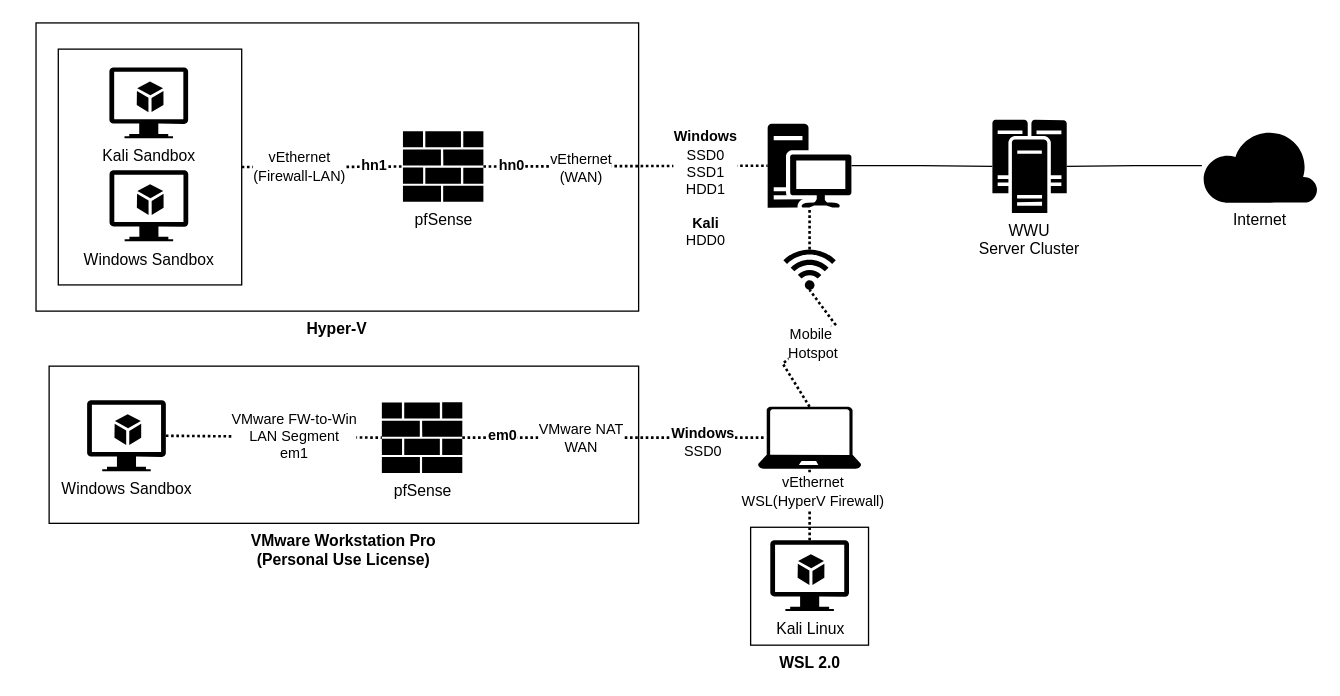
Before: Home-Lab.drawio in nicklausmayer/HomeLab, a draw.io diagram. Source tidied: cells renumbered, new cells numbered last; positions are measured from the earlier drawing's top-left corner, leaving out a move shared by most shapes. Both pictures are drawn from the tidied source at 131%, with x=0, y=0 at pixel (35, 22).
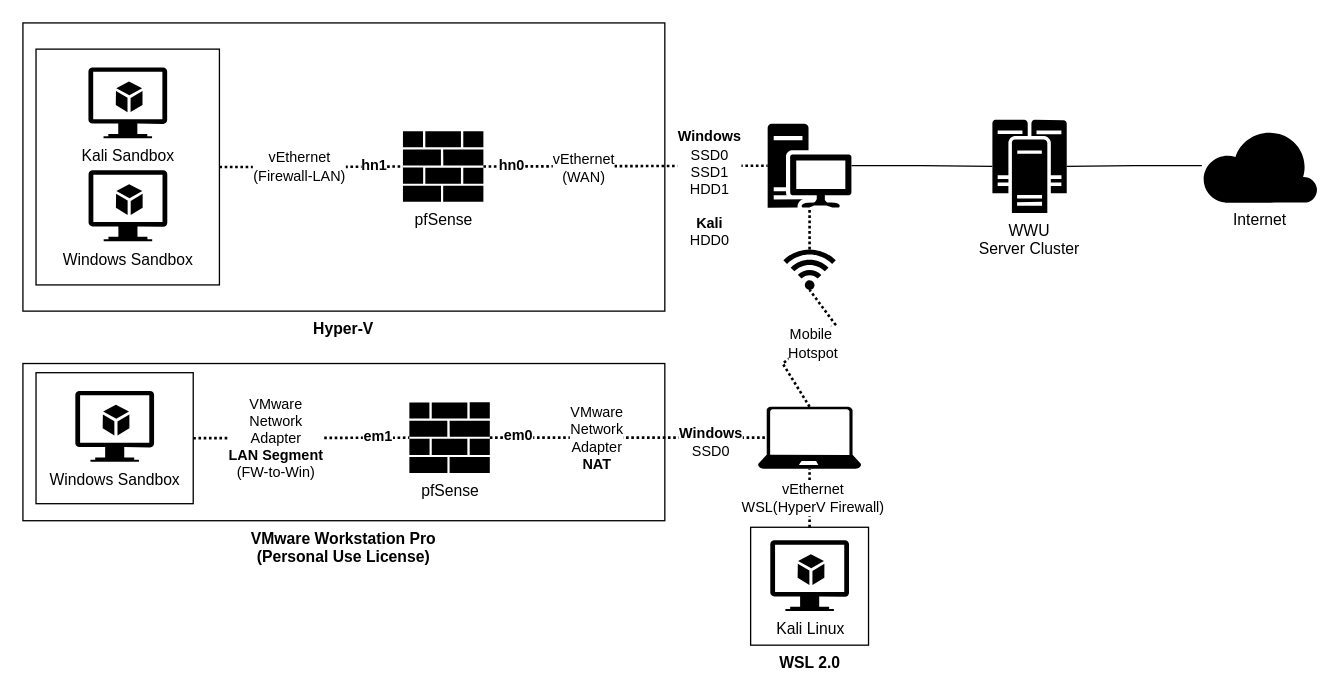
The same page after the edit.

The change refers to these unchanged cells:
```xml
<mxCell id="5" style="sketch=0;shadow=0;dashed=0;html=1;strokeColor=none;labelPosition=center;verticalLabelPosition=bottom;verticalAlign=top;align=center;fillColor=light-dark(#000000, #bfd3ff);shape=mxgraph.azure.laptop;" parent="1" vertex="1">
  <mxGeometry x="551.1" y="293" width="78.8" height="47.3" as="geometry" />
</mxCell>
<mxCell id="7" style="endArrow=none;dashed=1;html=1;strokeWidth=2;rounded=0;entryX=0.08;entryY=0.5;entryDx=0;entryDy=0;entryPerimeter=0;dashPattern=1 1;exitX=1;exitY=0.5;exitDx=0;exitDy=0;exitPerimeter=0;" parent="1" edge="1" source="6">
  <mxGeometry relative="1" as="geometry">
    <mxPoint x="557.4" y="316.6" as="targetPoint" />
  </mxGeometry>
</mxCell>
<mxCell id="13" value="Kali Linux" style="sketch=0;shadow=0;dashed=0;html=1;strokeColor=none;labelPosition=center;verticalLabelPosition=bottom;verticalAlign=top;align=center;fillColor=#000000;shape=mxgraph.azure.virtual_machine_feature;" parent="1" vertex="1">
  <mxGeometry x="560.5" y="395" width="60.1" height="54" as="geometry" />
</mxCell>
<mxCell id="16" value="WSL 2.0" style="whiteSpace=wrap;html=1;fillColor=none;labelPosition=center;verticalLabelPosition=bottom;align=center;verticalAlign=top;fontStyle=1;" parent="1" vertex="1">
  <mxGeometry x="545.5" y="385" width="90" height="90" as="geometry" />
</mxCell>
<mxCell id="23" style="endArrow=none;dashed=1;html=1;strokeWidth=2;rounded=0;entryX=0;entryY=0.5;entryDx=0;entryDy=0;entryPerimeter=0;dashPattern=1 1;exitX=1;exitY=0.5;exitDx=0;exitDy=0;exitPerimeter=0;" parent="1" edge="1" source="22" target="11">
  <mxGeometry relative="1" as="geometry" />
</mxCell>
<mxCell id="30" style="edgeStyle=orthogonalEdgeStyle;rounded=0;jettySize=auto;html=1;entryX=0;entryY=0.5;entryDx=0;entryDy=0;entryPerimeter=0;dashed=1;dashPattern=1 1;strokeWidth=2;endArrow=none;startFill=0;" parent="1" edge="1" source="29" target="22">
  <mxGeometry relative="1" as="geometry" />
</mxCell>
```

Diff of the diagram source:
```diff
@@
+    <mxCell id="21" value="&lt;div&gt;VMware Workstation Pro&lt;/div&gt;&lt;div&gt;(Personal Use License)&lt;/div&gt;" style="rounded=0;whiteSpace=wrap;html=1;fillColor=none;labelPosition=center;verticalLabelPosition=bottom;align=center;verticalAlign=top;fontStyle=1;" parent="1" vertex="1">
+      <mxGeometry x="-10" y="260" width="490" height="120" as="geometry" />
+    </mxCell>
     <mxCell id="2" value="Hyper-V" style="rounded=0;whiteSpace=wrap;fillColor=none;labelPosition=center;verticalLabelPosition=bottom;align=center;verticalAlign=top;fontStyle=1;html=1;" parent="1" vertex="1">
-      <mxGeometry width="460" height="220" as="geometry" />
+      <mxGeometry x="-10" width="490" height="220" as="geometry" />
     </mxCell>
-    <mxCell id="3" style="endArrow=none;dashed=1;html=1;strokeWidth=2;rounded=0;entryX=0;entryY=0.5;entryDx=0;entryDy=0;entryPerimeter=0;dashPattern=1 1;exitX=1;exitY=0.5;exitDx=0;exitDy=0;exitPerimeter=0;" parent="1" edge="1" source="12" target="6">
+    <mxCell id="3" style="endArrow=none;dashed=1;html=1;strokeWidth=2;rounded=0;entryX=0;entryY=0.5;entryDx=0;entryDy=0;entryPerimeter=0;dashPattern=1 1;exitX=1;exitY=0.5;exitDx=0;exitDy=0;" parent="1" edge="1" source="38" target="6">
       <mxGeometry relative="1" as="geometry" />
     </mxCell>
-    <mxCell id="4" value="&lt;div&gt;VMware FW-to-Win&lt;/div&gt;&lt;div&gt;LAN Segment&lt;br&gt;em1&lt;/div&gt;" style="edgeLabel;html=1;align=center;verticalAlign=middle;" parent="3" vertex="1">
+    <mxCell id="4" value="VMware&lt;br&gt;Network&lt;br&gt;Adapter&lt;br&gt;&lt;b&gt;LAN Segment&lt;/b&gt;&lt;br&gt;(FW-to-Win)" style="edgeLabel;html=1;align=center;verticalAlign=middle;" parent="3" vertex="1">
       <mxGeometry x="-0.15" relative="1" as="geometry">
-        <mxPoint x="27" as="offset" />
+        <mxPoint x="-7" as="offset" />
       </mxGeometry>
     </mxCell>
+    <mxCell id="37" value="em1" style="edgeLabel;html=1;align=center;verticalAlign=middle;fontStyle=1;" parent="3" vertex="1">
+      <mxGeometry x="0.7" y="1" relative="1" as="geometry">
+        <mxPoint x="1" as="offset" />
+      </mxGeometry>
+    </mxCell>
@@
     <mxCell id="6" value="pfSense" style="sketch=0;shadow=0;dashed=0;html=1;strokeColor=none;labelPosition=center;verticalLabelPosition=bottom;verticalAlign=top;align=center;fillColor=#000000;shape=mxgraph.mscae.enterprise.firewall;" parent="1" vertex="1">
-      <mxGeometry x="264" y="289.6" width="61.4" height="54" as="geometry" />
+      <mxGeometry x="285" y="289.6" width="61.4" height="54" as="geometry" />
     </mxCell>
@@
-    <mxCell id="8" value="&lt;div&gt;VMware NAT&lt;/div&gt;&lt;div&gt;WAN&lt;/div&gt;" style="edgeLabel;html=1;align=center;verticalAlign=middle;" parent="7" vertex="1">
+    <mxCell id="8" value="VMware&lt;br&gt;Network&lt;br&gt;Adapter&lt;br&gt;&lt;b&gt;NAT&lt;/b&gt;" style="edgeLabel;html=1;align=center;verticalAlign=middle;" parent="7" vertex="1">
       <mxGeometry x="0.15" y="1" relative="1" as="geometry">
-        <mxPoint x="-43" y="1" as="offset" />
+        <mxPoint x="-40" y="1" as="offset" />
       </mxGeometry>
     </mxCell>
@@
     <mxCell id="10" value="em0" style="edgeLabel;html=1;align=center;verticalAlign=middle;fontStyle=1;" parent="7" vertex="1">
-      <mxGeometry x="-0.74" y="2" relative="1" as="geometry" />
+      <mxGeometry x="-0.74" y="2" relative="1" as="geometry">
+        <mxPoint x="-6" as="offset" />
+      </mxGeometry>
     </mxCell>
@@
     <mxCell id="12" value="Windows Sandbox" style="sketch=0;shadow=0;dashed=0;html=1;strokeColor=none;labelPosition=center;verticalLabelPosition=bottom;verticalAlign=top;align=center;fillColor=light-dark(#000000, #bfd3ff);shape=mxgraph.azure.virtual_machine_feature;" parent="1" vertex="1">
-      <mxGeometry x="39" y="288.1" width="60.1" height="54.1" as="geometry" />
+      <mxGeometry x="30" y="280.9" width="60.1" height="54.1" as="geometry" />
     </mxCell>
@@
-    <mxCell id="14" style="endArrow=none;dashed=1;html=1;strokeWidth=2;rounded=0;entryX=0.5;entryY=1;entryDx=0;entryDy=0;entryPerimeter=0;dashPattern=1 1;exitX=0.5;exitY=0;exitDx=0;exitDy=0;exitPerimeter=0;" parent="1" edge="1" source="13" target="5">
+    <mxCell id="14" style="endArrow=none;dashed=1;html=1;strokeWidth=2;rounded=0;entryX=0.5;entryY=1;entryDx=0;entryDy=0;entryPerimeter=0;dashPattern=1 1;exitX=0.5;exitY=0;exitDx=0;exitDy=0;" parent="1" edge="1" source="16" target="5">
       <mxGeometry relative="1" as="geometry" />
     </mxCell>
     <mxCell id="15" value="&lt;div&gt;vEthernet&lt;/div&gt;&lt;div&gt;WSL(HyperV Firewall)&lt;/div&gt;" style="edgeLabel;html=1;align=center;verticalAlign=middle;" parent="14" vertex="1">
-      <mxGeometry x="0.36" y="-2" relative="1" as="geometry" />
+      <mxGeometry x="0.36" y="-2" relative="1" as="geometry">
+        <mxPoint y="7" as="offset" />
+      </mxGeometry>
     </mxCell>
@@
-    <mxCell id="21" value="&lt;div&gt;VMware Workstation Pro&lt;/div&gt;&lt;div&gt;(Personal Use License)&lt;/div&gt;" style="rounded=0;whiteSpace=wrap;html=1;fillColor=none;labelPosition=center;verticalLabelPosition=bottom;align=center;verticalAlign=top;fontStyle=1;" parent="1" vertex="1">
-      <mxGeometry x="10" y="262" width="450" height="120" as="geometry" />
-    </mxCell>
@@
     <mxCell id="24" value="&lt;div&gt;vEthernet&lt;/div&gt;&lt;div&gt;(WAN)&lt;/div&gt;" style="edgeLabel;html=1;align=center;verticalAlign=middle;" parent="23" vertex="1">
       <mxGeometry x="0.15" y="1" relative="1" as="geometry">
-        <mxPoint x="-51" y="2" as="offset" />
+        <mxPoint x="-49" y="2" as="offset" />
       </mxGeometry>
     </mxCell>
     <mxCell id="25" value="&lt;div&gt;&lt;b&gt;Windows&lt;/b&gt;&lt;/div&gt;&lt;div&gt;SSD0&lt;br&gt;SSD1&lt;br&gt;HDD1&lt;br&gt;&lt;br&gt;&lt;b&gt;Kali&lt;br&gt;&lt;/b&gt;HDD0&lt;/div&gt;" style="edgeLabel;html=1;align=center;verticalAlign=middle;" parent="23" vertex="1">
       <mxGeometry x="0.37" relative="1" as="geometry">
-        <mxPoint x="20" y="17" as="offset" />
+        <mxPoint x="23" y="17" as="offset" />
       </mxGeometry>
     </mxCell>
     <mxCell id="26" value="Windows Sandbox" style="sketch=0;shadow=0;dashed=0;html=1;strokeColor=none;labelPosition=center;verticalLabelPosition=bottom;verticalAlign=top;align=center;fillColor=light-dark(#000000, #bfd3ff);shape=mxgraph.azure.virtual_machine_feature;" parent="1" vertex="1">
-      <mxGeometry x="56.1" y="112.5" width="60.1" height="54.1" as="geometry" />
+      <mxGeometry x="40.1" y="112.5" width="60.1" height="54.1" as="geometry" />
     </mxCell>
     <mxCell id="27" value="Kali Sandbox" style="sketch=0;shadow=0;dashed=0;html=1;strokeColor=none;labelPosition=center;verticalLabelPosition=bottom;verticalAlign=top;align=center;fillColor=light-dark(#000000, #bfd3ff);shape=mxgraph.azure.virtual_machine_feature;" parent="1" vertex="1">
-      <mxGeometry x="56" y="34" width="60.1" height="54.1" as="geometry" />
+      <mxGeometry x="40" y="34" width="60.1" height="54.1" as="geometry" />
     </mxCell>
@@
     <mxCell id="29" style="rounded=0;whiteSpace=wrap;fillColor=none;labelPosition=right;verticalLabelPosition=middle;align=left;verticalAlign=middle;fontStyle=1;html=1;" parent="1" vertex="1">
-      <mxGeometry x="17" y="20" width="140" height="180" as="geometry" />
+      <mxGeometry y="20" width="140" height="180" as="geometry" />
     </mxCell>
@@
     <mxCell id="31" value="hn1" style="edgeLabel;html=1;align=center;verticalAlign=middle;fontStyle=1;" parent="30" vertex="1">
       <mxGeometry x="-0.13" y="-2" relative="1" as="geometry">
-        <mxPoint x="46" y="-4" as="offset" />
+        <mxPoint x="56" y="-4" as="offset" />
       </mxGeometry>
     </mxCell>
@@
+    <mxCell id="38" style="rounded=0;whiteSpace=wrap;fillColor=none;labelPosition=right;verticalLabelPosition=middle;align=left;verticalAlign=middle;fontStyle=1;html=1;" parent="1" vertex="1">
+      <mxGeometry y="267" width="120" height="100" as="geometry" />
+    </mxCell>
```
